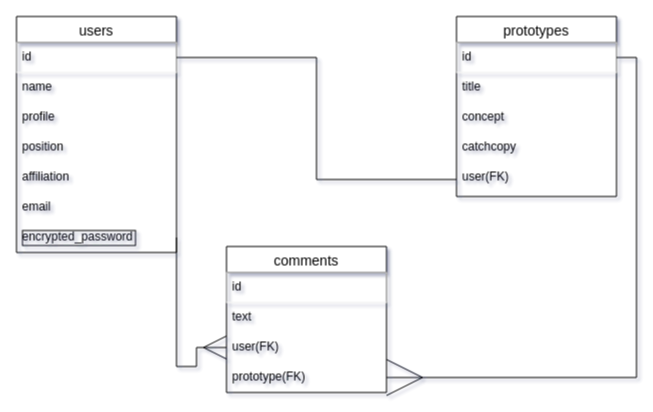
Above: er.dio in tomons291/protospace-fukui2021-monaka (draw.io), before the change. Source tidied: cells renumbered, new cells numbered last; positions are measured from the earlier drawing's top-left corner, leaving out a move shared by most shapes. Both pictures are drawn from the tidied source at 100%, with x=0, y=0 at pixel (16, 16).
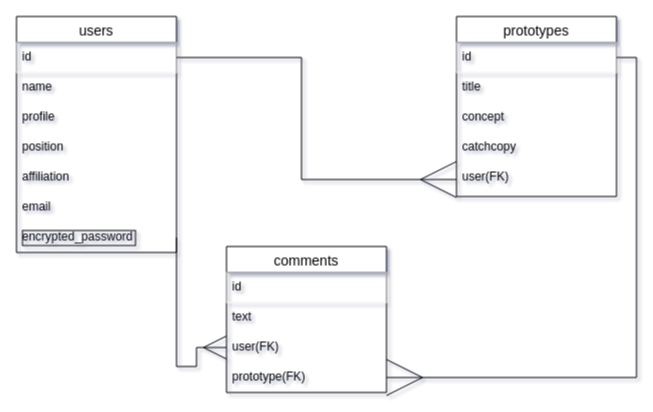
After the change.

Unchanged cells that the change refers to:
```xml
<mxCell id="7" value="user(FK)" style="text;strokeColor=none;fillColor=none;spacingLeft=4;spacingRight=4;overflow=hidden;points=[[0,0.5],[1,0.5]];portConstraint=eastwest;fontSize=12;" parent="2" vertex="1">
  <mxGeometry y="146" width="160" height="34" as="geometry" />
</mxCell>
<mxCell id="14" value="id" style="text;fillColor=none;spacingLeft=4;spacingRight=4;overflow=hidden;points=[[0,0.5],[1,0.5]];portConstraint=eastwest;fontSize=12;strokeWidth=1;rounded=0;strokeColor=#f0f0f0;" parent="13" vertex="1">
  <mxGeometry y="26" width="160" height="30" as="geometry" />
</mxCell>
```

The edit, as a diff of the source:
```diff
@@
-    <mxCell id="22" style="edgeStyle=orthogonalEdgeStyle;rounded=0;jettySize=auto;html=1;exitX=1;exitY=0.5;exitDx=0;exitDy=0;endArrow=none;endFill=0;endSize=34;strokeWidth=1;entryX=0;entryY=0.5;entryDx=0;entryDy=0;" parent="1" edge="1" source="14" target="7">
+    <mxCell id="22" style="edgeStyle=orthogonalEdgeStyle;rounded=0;jettySize=auto;html=1;exitX=1;exitY=0.5;exitDx=0;exitDy=0;endArrow=ERmany;endFill=0;endSize=34;strokeWidth=1;entryX=0;entryY=0.5;entryDx=0;entryDy=0;" parent="1" edge="1" source="14" target="7">
       <mxGeometry relative="1" as="geometry" />
     </mxCell>
```
